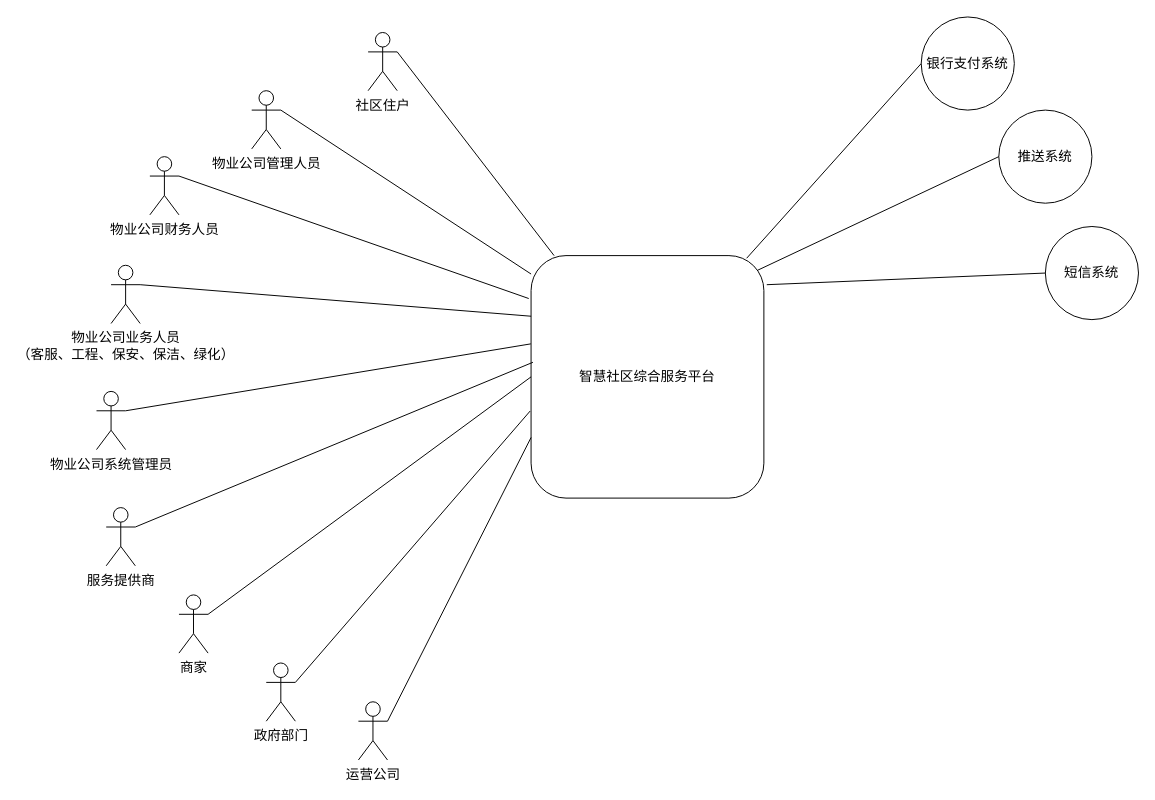
Above: page "系统上下文" (6 of 7) of Untitled Diagram.drawio in jeffmacn/myjava (draw.io), before the change. Source tidied: cells renumbered, new cells numbered last; positions are measured from the earlier drawing's top-left corner, leaving out a move shared by most shapes. Both pictures are drawn from the tidied source at 97%, with x=0, y=0 at pixel (96, 16).
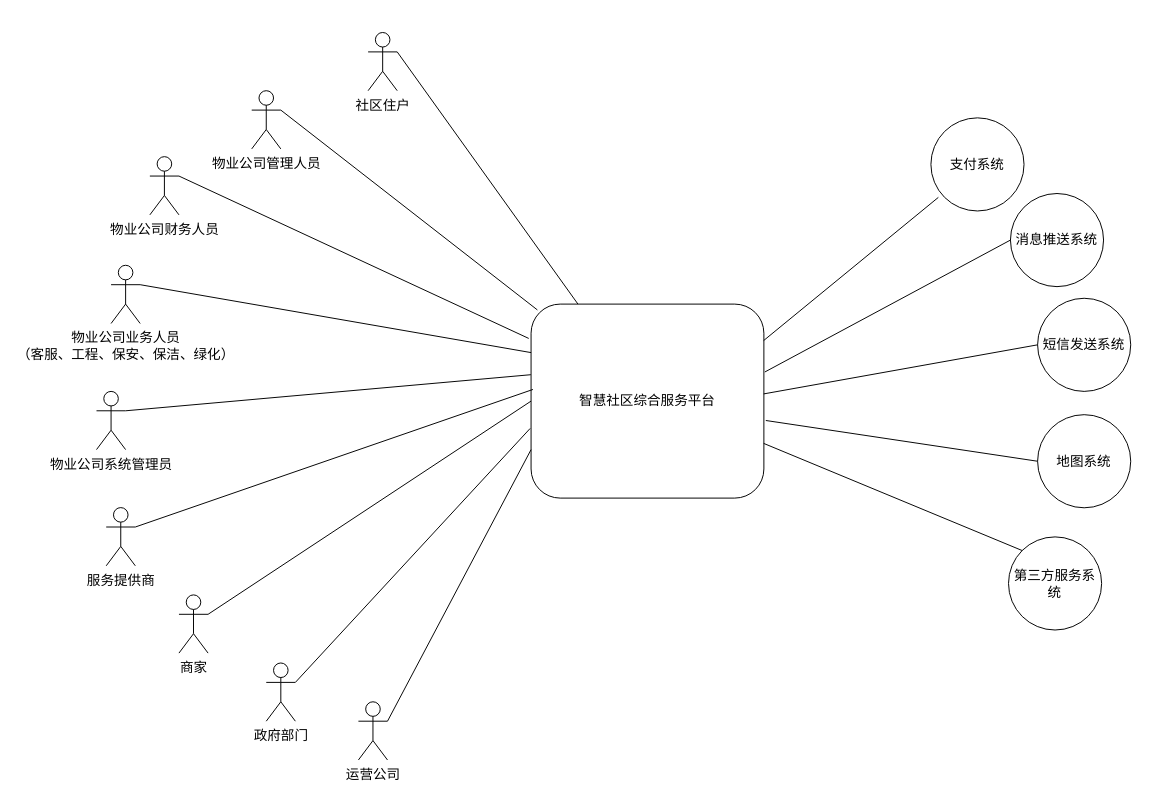
After the change.

Unchanged cells that the change refers to:
```xml
<mxCell id="4" value="物业公司管理人员" style="shape=umlActor;verticalLabelPosition=bottom;labelBackgroundColor=#ffffff;verticalAlign=top;html=1;outlineConnect=0;fontSize=14;" parent="1" vertex="1">
  <mxGeometry x="160" y="76" width="30" height="60" as="geometry" />
</mxCell>
```

Change to the diagram source:
```diff
@@
     <mxCell id="2" value="&lt;span style=&quot;font-size: 14px;&quot;&gt;智慧社区综合服务平台&lt;/span&gt;" style="rounded=1;whiteSpace=wrap;html=1;fontSize=14;" parent="1" vertex="1">
-      <mxGeometry x="448" y="246" width="240" height="250" as="geometry" />
+      <mxGeometry x="448" y="296" width="240" height="200" as="geometry" />
     </mxCell>
@@
-    <mxCell id="11" style="endArrow=none;html=1;fontSize=14;fontColor=#66B2FF;exitX=1;exitY=0.3333333333333333;exitDx=0;exitDy=0;exitPerimeter=0;" parent="1" edge="1" source="4">
-      <mxGeometry relative="1" as="geometry">
-        <mxPoint x="448" y="265" as="targetPoint" />
-      </mxGeometry>
+    <mxCell id="11" style="endArrow=none;html=1;fontSize=14;fontColor=#66B2FF;exitX=1;exitY=0.3333333333333333;exitDx=0;exitDy=0;exitPerimeter=0;entryX=0.027;entryY=0.03;entryDx=0;entryDy=0;entryPerimeter=0;" parent="1" edge="1" source="4" target="2">
+      <mxGeometry relative="1" as="geometry" />
     </mxCell>
@@
-    <mxCell id="21" value="银行支付系统" style="ellipse;whiteSpace=wrap;html=1;fontSize=14;fontColor=#000000;" parent="1" vertex="1">
-      <mxGeometry x="850.2" width="96" height="96" as="geometry" />
+    <mxCell id="21" value="支付系统" style="ellipse;whiteSpace=wrap;html=1;fontSize=14;fontColor=#000000;" parent="1" vertex="1">
+      <mxGeometry x="860.2" y="104" width="96" height="96" as="geometry" />
     </mxCell>
-    <mxCell id="22" style="endArrow=none;html=1;fontSize=14;fontColor=#66B2FF;entryX=0;entryY=0.5;entryDx=0;entryDy=0;exitX=0.926;exitY=0.011;exitDx=0;exitDy=0;exitPerimeter=0;" parent="1" edge="1" source="2" target="21">
+    <mxCell id="22" style="endArrow=none;html=1;fontSize=14;fontColor=#66B2FF;entryX=0.08;entryY=0.854;entryDx=0;entryDy=0;exitX=0.999;exitY=0.188;exitDx=0;exitDy=0;exitPerimeter=0;entryPerimeter=0;" parent="1" edge="1" source="2" target="21">
       <mxGeometry relative="1" as="geometry" />
     </mxCell>
-    <mxCell id="23" value="推送系统" style="ellipse;whiteSpace=wrap;html=1;fontSize=14;fontColor=#000000;" parent="1" vertex="1">
-      <mxGeometry x="930.2" y="96" width="96" height="96" as="geometry" />
+    <mxCell id="23" value="消息推送系统" style="ellipse;whiteSpace=wrap;html=1;fontSize=14;fontColor=#000000;" parent="1" vertex="1">
+      <mxGeometry x="942.2" y="182" width="96" height="96" as="geometry" />
     </mxCell>
-    <mxCell id="24" value="短信系统" style="ellipse;whiteSpace=wrap;html=1;fontSize=14;fontColor=#000000;" parent="1" vertex="1">
-      <mxGeometry x="978.2" y="216" width="96" height="96" as="geometry" />
+    <mxCell id="24" value="短信发送系统" style="ellipse;whiteSpace=wrap;html=1;fontSize=14;fontColor=#000000;" parent="1" vertex="1">
+      <mxGeometry x="970.2" y="290" width="96" height="96" as="geometry" />
     </mxCell>
-    <mxCell id="25" style="endArrow=none;html=1;fontSize=14;fontColor=#66B2FF;entryX=0;entryY=0.5;entryDx=0;entryDy=0;exitX=0.972;exitY=0.061;exitDx=0;exitDy=0;exitPerimeter=0;" parent="1" edge="1" source="2" target="23">
-      <mxGeometry relative="1" as="geometry" />
+    <mxCell id="25" style="endArrow=none;html=1;fontSize=14;fontColor=#66B2FF;entryX=0;entryY=0.5;entryDx=0;entryDy=0;" parent="1" edge="1" target="23">
+      <mxGeometry relative="1" as="geometry">
+        <mxPoint x="689" y="366" as="sourcePoint" />
+      </mxGeometry>
     </mxCell>
-    <mxCell id="26" style="endArrow=none;html=1;fontSize=14;fontColor=#66B2FF;entryX=0;entryY=0.5;entryDx=0;entryDy=0;" parent="1" edge="1" target="24">
-      <mxGeometry relative="1" as="geometry">
-        <mxPoint x="691" y="276" as="sourcePoint" />
-      </mxGeometry>
+    <mxCell id="26" style="endArrow=none;html=1;fontSize=14;fontColor=#66B2FF;entryX=0;entryY=0.5;entryDx=0;entryDy=0;exitX=0.999;exitY=0.463;exitDx=0;exitDy=0;exitPerimeter=0;" parent="1" edge="1" source="2" target="24">
+      <mxGeometry relative="1" as="geometry" />
     </mxCell>
+    <mxCell id="27" value="地图系统" style="ellipse;whiteSpace=wrap;html=1;fontSize=14;fontColor=#000000;" parent="1" vertex="1">
+      <mxGeometry x="970.2" y="410" width="96" height="96" as="geometry" />
+    </mxCell>
+    <mxCell id="28" style="endArrow=none;html=1;fontSize=14;fontColor=#66B2FF;entryX=0;entryY=0.5;entryDx=0;entryDy=0;" parent="1" edge="1" target="27">
+      <mxGeometry relative="1" as="geometry">
+        <mxPoint x="690" y="416" as="sourcePoint" />
+      </mxGeometry>
+    </mxCell>
+    <mxCell id="29" value="第三方服务系统&lt;br&gt;" style="ellipse;whiteSpace=wrap;html=1;fontSize=14;fontColor=#000000;" parent="1" vertex="1">
+      <mxGeometry x="940.2" y="536" width="96" height="96" as="geometry" />
+    </mxCell>
+    <mxCell id="30" style="endArrow=none;html=1;fontSize=14;fontColor=#66B2FF;entryX=0;entryY=0;entryDx=0;entryDy=0;exitX=0.999;exitY=0.718;exitDx=0;exitDy=0;exitPerimeter=0;" parent="1" edge="1" source="2" target="29">
+      <mxGeometry relative="1" as="geometry" />
+    </mxCell>
```
